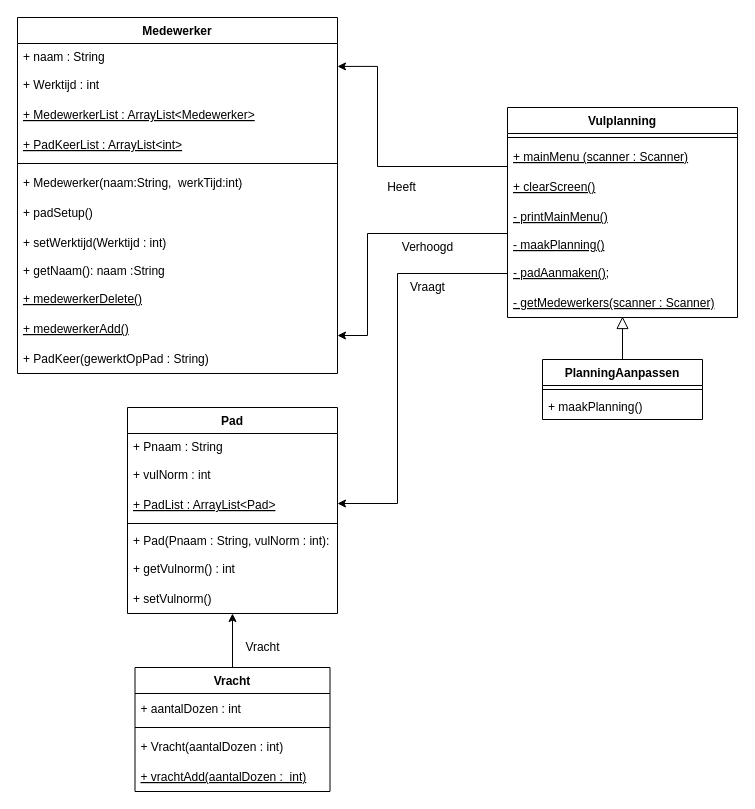
Earlier version of the draw.io diagram Vulplanning UML.drawio (Kikkerslijm410/SchoolOpdracht). Source tidied: cells renumbered, new cells numbered last; positions are measured from the earlier drawing's top-left corner, leaving out a move shared by most shapes. Both pictures are drawn from the tidied source at 100%, with x=0, y=0 at pixel (17, 17).
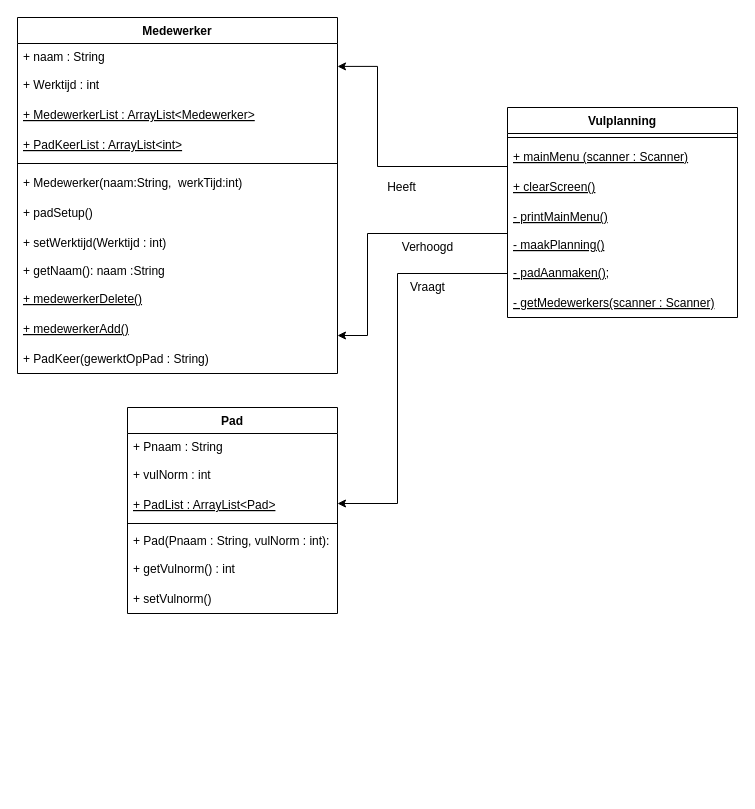
The same diagram, later.

The change refers to these unchanged cells:
```xml
<mxCell id="28" value="+ setVulnorm() " style="text;strokeColor=none;fillColor=none;align=left;verticalAlign=middle;spacingLeft=4;spacingRight=4;overflow=hidden;points=[[0,0.5],[1,0.5]];portConstraint=eastwest;" parent="21" vertex="1">
  <mxGeometry y="176" width="210" height="30" as="geometry" />
</mxCell>
<mxCell id="36" value="- getMedewerkers(scanner : Scanner)" style="text;strokeColor=none;fillColor=none;align=left;verticalAlign=middle;spacingLeft=4;spacingRight=4;overflow=hidden;points=[[0,0.5],[1,0.5]];portConstraint=eastwest;fontStyle=4;" parent="29" vertex="1">
  <mxGeometry y="180" width="230" height="30" as="geometry" />
</mxCell>
```

Diff of the diagram source:
```diff
@@
-    <mxCell id="15" style="edgeStyle=orthogonalEdgeStyle;rounded=0;jettySize=auto;html=1;exitX=0.5;exitY=0;exitDx=0;exitDy=0;entryX=0.5;entryY=1;entryDx=0;entryDy=0;entryPerimeter=0;" parent="1" edge="1" source="16" target="28">
-      <mxGeometry relative="1" as="geometry" />
-    </mxCell>
-    <mxCell id="16" value="Vracht" style="swimlane;fontStyle=1;align=center;verticalAlign=top;horizontal=1;startSize=26;" parent="1" vertex="1">
-      <mxGeometry x="117.5" y="650" width="195" height="124" as="geometry" />
-    </mxCell>
-    <mxCell id="17" value="+ aantalDozen : int" style="text;strokeColor=none;fillColor=none;align=left;verticalAlign=middle;spacingLeft=4;spacingRight=4;overflow=hidden;" parent="16" vertex="1">
-      <mxGeometry y="26" width="195" height="30" as="geometry" />
-    </mxCell>
-    <mxCell id="18" style="line;strokeWidth=1;fillColor=none;align=left;verticalAlign=middle;spacingTop=-1;spacingLeft=3;spacingRight=3;labelPosition=right;" parent="16" vertex="1">
-      <mxGeometry y="56" width="195" height="8" as="geometry" />
-    </mxCell>
-    <mxCell id="19" value="+ Vracht(aantalDozen : int)" style="text;strokeColor=none;fillColor=none;align=left;verticalAlign=middle;spacingLeft=4;spacingRight=4;overflow=hidden;" parent="16" vertex="1">
-      <mxGeometry y="64" width="195" height="30" as="geometry" />
-    </mxCell>
-    <mxCell id="20" value="+ vrachtAdd(aantalDozen :  int)" style="text;strokeColor=none;fillColor=none;align=left;verticalAlign=middle;spacingLeft=4;spacingRight=4;overflow=hidden;fontStyle=4;" parent="16" vertex="1">
-      <mxGeometry y="94" width="195" height="30" as="geometry" />
-    </mxCell>
@@
-    <mxCell id="39" style="edgeStyle=orthogonalEdgeStyle;rounded=0;jettySize=auto;html=1;exitX=0.5;exitY=0;exitDx=0;exitDy=0;entryX=0.5;entryY=0.967;entryDx=0;entryDy=0;entryPerimeter=0;endArrow=block;endFill=0;endSize=10;" parent="1" edge="1" source="40" target="36">
-      <mxGeometry relative="1" as="geometry" />
-    </mxCell>
-    <mxCell id="40" value="PlanningAanpassen" style="swimlane;fontStyle=1;align=center;verticalAlign=top;horizontal=1;startSize=26;" parent="1" vertex="1">
-      <mxGeometry x="525" y="342" width="160" height="60" as="geometry" />
-    </mxCell>
-    <mxCell id="41" style="line;strokeWidth=1;fillColor=none;align=left;verticalAlign=middle;spacingTop=-1;spacingLeft=3;spacingRight=3;labelPosition=right;" parent="40" vertex="1">
-      <mxGeometry y="26" width="160" height="8" as="geometry" />
-    </mxCell>
-    <mxCell id="42" value="+ maakPlanning()&#10;" style="text;strokeColor=none;fillColor=none;align=left;verticalAlign=top;spacingLeft=4;spacingRight=4;overflow=hidden;" parent="40" vertex="1">
-      <mxGeometry y="34" width="160" height="26" as="geometry" />
-    </mxCell>
@@
-    <mxCell id="44" value="Vracht" style="text;html=1;align=center;verticalAlign=middle;strokeColor=none;fillColor=none;" parent="1" vertex="1">
-      <mxGeometry x="220" y="620" width="50" height="20" as="geometry" />
-    </mxCell>
```
